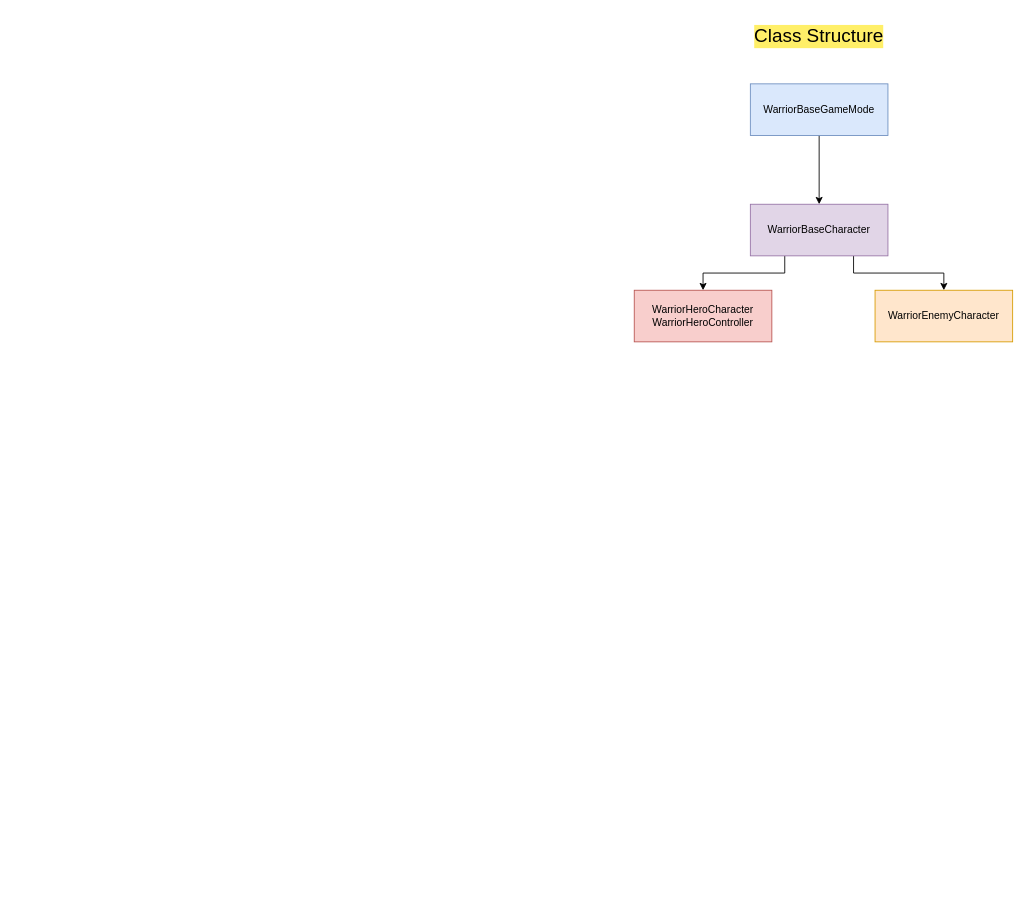
Above: WarriorRPG/Diagrama/WarriorRPG.drawio in simaomenezes/RPG_combat (draw.io), before the change. Source tidied: cells renumbered, new cells numbered last; positions are measured from the earlier drawing's top-left corner, leaving out a move shared by most shapes. Both pictures are drawn from the tidied source at 86%, with x=0, y=0 at pixel (634, 15).
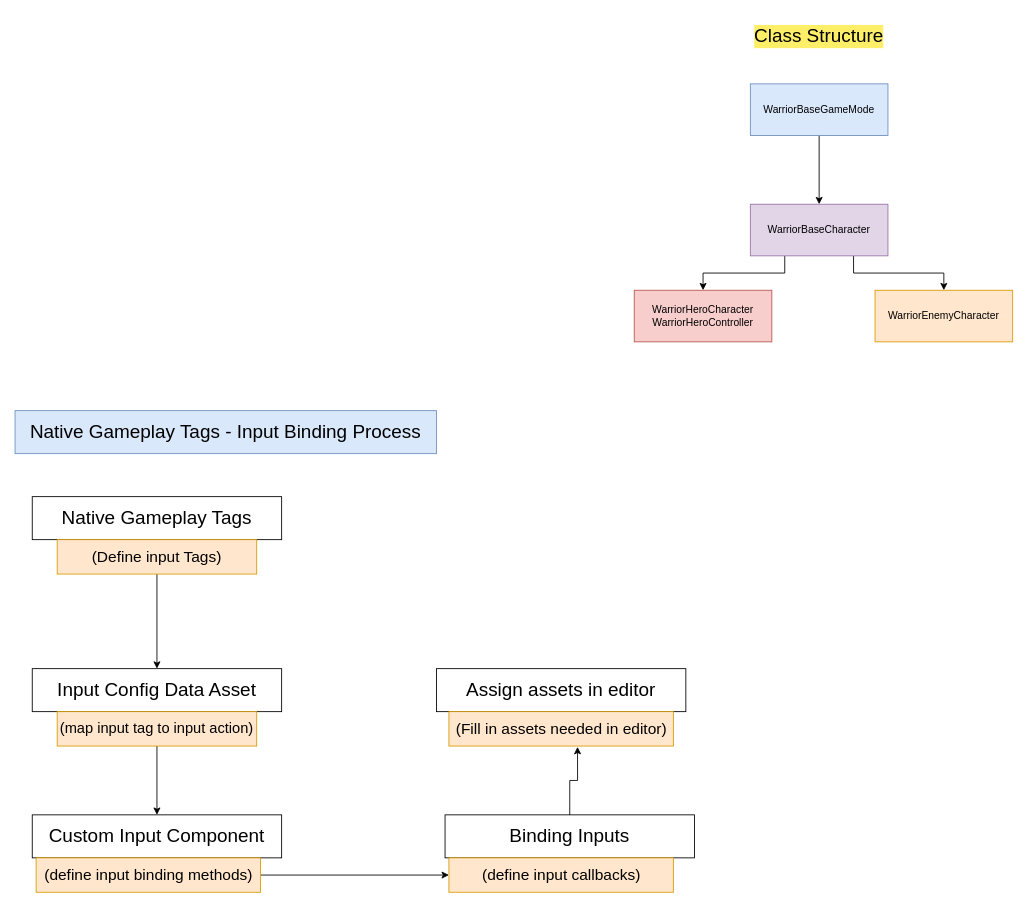
After the change.

Commit message (it also covers changes not shown here):
[Section-2: Set Up Hero Character] feat: Make Native Gameplay Tags in c++

What changed in the source:
```diff
@@
+    <mxCell id="10" value="Native Gameplay Tags - Input Binding Process" style="text;html=1;align=center;verticalAlign=middle;whiteSpace=wrap;rounded=0;fontSize=22;labelBackgroundColor=none;fillColor=#dae8fc;strokeColor=#6c8ebf;" parent="1" vertex="1">
+      <mxGeometry x="-720" y="460" width="490" height="50" as="geometry" />
+    </mxCell>
+    <mxCell id="11" value="Native Gameplay Tags" style="text;html=1;align=center;verticalAlign=middle;whiteSpace=wrap;rounded=0;fontSize=22;labelBackgroundColor=none;fillColor=none;strokeColor=default;" parent="1" vertex="1">
+      <mxGeometry x="-700" y="560" width="290" height="50" as="geometry" />
+    </mxCell>
+    <mxCell id="12" style="edgeStyle=orthogonalEdgeStyle;rounded=0;jettySize=auto;html=1;exitX=0.5;exitY=1;exitDx=0;exitDy=0;entryX=0.5;entryY=0;entryDx=0;entryDy=0;" parent="1" edge="1" source="13" target="14">
+      <mxGeometry relative="1" as="geometry" />
+    </mxCell>
+    <mxCell id="13" value="(Define input Tags)" style="text;html=1;align=center;verticalAlign=middle;whiteSpace=wrap;rounded=0;fontSize=18;labelBackgroundColor=none;fillColor=#ffe6cc;strokeColor=#d79b00;" parent="1" vertex="1">
+      <mxGeometry x="-671" y="610" width="232" height="40" as="geometry" />
+    </mxCell>
+    <mxCell id="14" value="Input Config Data Asset" style="text;html=1;align=center;verticalAlign=middle;whiteSpace=wrap;rounded=0;fontSize=22;labelBackgroundColor=none;fillColor=none;strokeColor=default;" parent="1" vertex="1">
+      <mxGeometry x="-700" y="760" width="290" height="50" as="geometry" />
+    </mxCell>
+    <mxCell id="15" style="edgeStyle=orthogonalEdgeStyle;rounded=0;jettySize=auto;html=1;exitX=0.5;exitY=1;exitDx=0;exitDy=0;entryX=0.5;entryY=0;entryDx=0;entryDy=0;" parent="1" edge="1" source="16" target="17">
+      <mxGeometry relative="1" as="geometry" />
+    </mxCell>
+    <mxCell id="16" value="(map input tag to input action)" style="text;html=1;align=center;verticalAlign=middle;whiteSpace=wrap;rounded=0;fontSize=17;labelBackgroundColor=none;fillColor=#ffe6cc;strokeColor=#d79b00;" parent="1" vertex="1">
+      <mxGeometry x="-671" y="810" width="232" height="40" as="geometry" />
+    </mxCell>
+    <mxCell id="17" value="Custom Input Component" style="text;html=1;align=center;verticalAlign=middle;whiteSpace=wrap;rounded=0;fontSize=22;labelBackgroundColor=none;fillColor=none;strokeColor=default;" parent="1" vertex="1">
+      <mxGeometry x="-700" y="930" width="290" height="50" as="geometry" />
+    </mxCell>
+    <mxCell id="18" style="edgeStyle=orthogonalEdgeStyle;rounded=0;jettySize=auto;html=1;exitX=1;exitY=0.5;exitDx=0;exitDy=0;entryX=0;entryY=0.5;entryDx=0;entryDy=0;" parent="1" edge="1" source="19" target="21">
+      <mxGeometry relative="1" as="geometry" />
+    </mxCell>
+    <mxCell id="19" value="(define input binding methods)" style="text;html=1;align=center;verticalAlign=middle;whiteSpace=wrap;rounded=0;fontSize=18;labelBackgroundColor=none;fillColor=#ffe6cc;strokeColor=#d79b00;" parent="1" vertex="1">
+      <mxGeometry x="-695.5" y="980" width="261" height="40" as="geometry" />
+    </mxCell>
+    <mxCell id="20" value="Binding Inputs" style="text;html=1;align=center;verticalAlign=middle;whiteSpace=wrap;rounded=0;fontSize=22;labelBackgroundColor=none;fillColor=none;strokeColor=default;" parent="1" vertex="1">
+      <mxGeometry x="-220" y="930" width="290" height="50" as="geometry" />
+    </mxCell>
+    <mxCell id="21" value="(define input callbacks)" style="text;html=1;align=center;verticalAlign=middle;whiteSpace=wrap;rounded=0;fontSize=18;labelBackgroundColor=none;fillColor=#ffe6cc;strokeColor=#d79b00;" parent="1" vertex="1">
+      <mxGeometry x="-215.5" y="980" width="261" height="40" as="geometry" />
+    </mxCell>
+    <mxCell id="22" value="Assign assets in editor" style="text;html=1;align=center;verticalAlign=middle;whiteSpace=wrap;rounded=0;fontSize=22;labelBackgroundColor=none;fillColor=none;strokeColor=default;" parent="1" vertex="1">
+      <mxGeometry x="-230" y="760" width="290" height="50" as="geometry" />
+    </mxCell>
+    <mxCell id="23" value="(Fill in assets needed in editor)" style="text;html=1;align=center;verticalAlign=middle;whiteSpace=wrap;rounded=0;fontSize=18;labelBackgroundColor=none;fillColor=#ffe6cc;strokeColor=#d79b00;" parent="1" vertex="1">
+      <mxGeometry x="-215.5" y="810" width="261" height="40" as="geometry" />
+    </mxCell>
+    <mxCell id="24" style="edgeStyle=orthogonalEdgeStyle;rounded=0;jettySize=auto;html=1;exitX=0.5;exitY=0;exitDx=0;exitDy=0;entryX=0.573;entryY=1.025;entryDx=0;entryDy=0;entryPerimeter=0;" parent="1" edge="1" source="20" target="23">
+      <mxGeometry relative="1" as="geometry" />
+    </mxCell>
```
